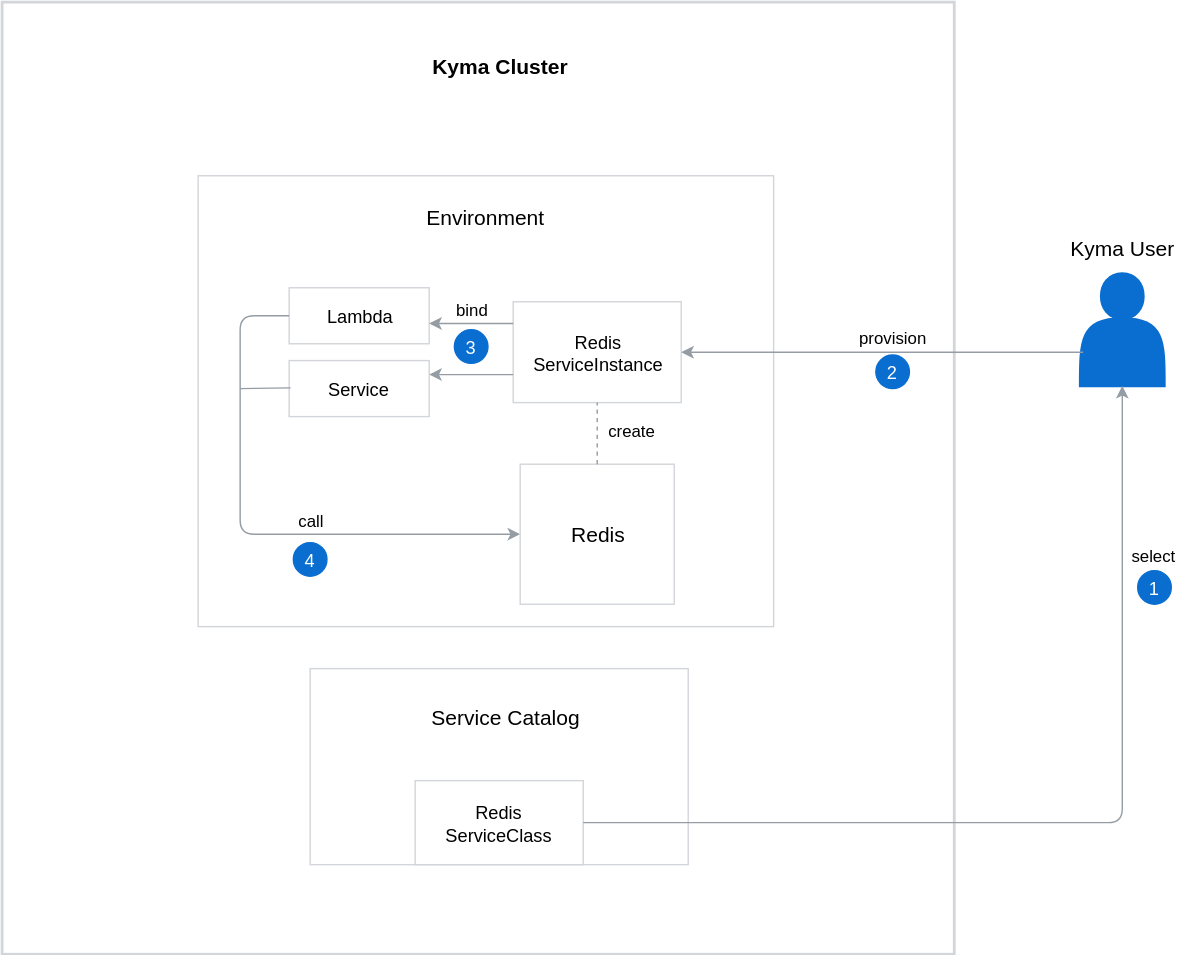
This is docs/helm-broker/assets/hb-architecture.svg from kyma-project/kyma, a draw.io export, as it was before one commit. Source tidied: cells renumbered, new cells last; positions are measured from the earlier drawing's top-left corner, leaving out a move shared by most shapes. The source it was exported from:
```xml
<mxGraphModel background="#ffffff">
  <root>
    <mxCell id="0" />
    <mxCell id="1" parent="0" />
    <mxCell id="2" style="whiteSpace=wrap;html=1;strokeColor=#D2D5D9;strokeWidth=2;fillColor=#ffffff;" parent="1" vertex="1">
      <mxGeometry width="680" height="680" as="geometry" />
    </mxCell>
    <mxCell id="3" value="&lt;font size=&quot;1&quot;&gt;&lt;span style=&quot;font-size: 15px&quot;&gt;&lt;b&gt;Kyma Cluster&lt;/b&gt;&lt;/span&gt;&lt;/font&gt;" style="text;html=1;strokeColor=none;fillColor=none;align=center;verticalAlign=middle;whiteSpace=wrap;rounded=0;" parent="1" vertex="1">
      <mxGeometry x="305" y="36" width="100" height="20" as="geometry" />
    </mxCell>
    <mxCell id="4" style="rounded=0;whiteSpace=wrap;html=1;strokeColor=#D2D5D9;strokeWidth=1;fillColor=#ffffff;" parent="1" vertex="1">
      <mxGeometry x="220" y="476" width="270" height="140" as="geometry" />
    </mxCell>
    <mxCell id="5" value="&lt;font style=&quot;font-size: 15px&quot;&gt;Service Catalog&lt;/font&gt;" style="text;html=1;strokeColor=none;fillColor=none;align=center;verticalAlign=middle;whiteSpace=wrap;rounded=0;" parent="1" vertex="1">
      <mxGeometry x="305" y="501" width="110" height="20" as="geometry" />
    </mxCell>
    <mxCell id="6" style="rounded=0;whiteSpace=wrap;html=1;strokeColor=#D2D5D9;strokeWidth=1;fillColor=#ffffff;" parent="1" vertex="1">
      <mxGeometry x="140" y="124" width="411" height="322" as="geometry" />
    </mxCell>
    <mxCell id="7" value="&lt;font style=&quot;font-size: 13px&quot;&gt;Lambda&lt;/font&gt;" style="rounded=0;whiteSpace=wrap;html=1;strokeColor=#D2D5D9;strokeWidth=1;fillColor=#ffffff;" parent="1" vertex="1">
      <mxGeometry x="205" y="204" width="100" height="40" as="geometry" />
    </mxCell>
    <mxCell id="8" value="&lt;font style=&quot;font-size: 13px&quot;&gt;Service&lt;/font&gt;" style="rounded=0;whiteSpace=wrap;html=1;strokeColor=#D2D5D9;strokeWidth=1;fillColor=#ffffff;" parent="1" vertex="1">
      <mxGeometry x="205" y="256" width="100" height="40" as="geometry" />
    </mxCell>
    <mxCell id="9" value="&lt;font style=&quot;font-size: 15px&quot;&gt;Environment&lt;/font&gt;" style="text;html=1;strokeColor=none;fillColor=none;align=center;verticalAlign=middle;whiteSpace=wrap;rounded=0;" parent="1" vertex="1">
      <mxGeometry x="325" y="144" width="40" height="20" as="geometry" />
    </mxCell>
    <mxCell id="10" value="&lt;font style=&quot;font-size: 13px&quot;&gt;Redis&lt;br&gt;ServiceClass&lt;/font&gt;" style="rounded=0;whiteSpace=wrap;html=1;strokeColor=#D2D5D9;strokeWidth=1;fillColor=#ffffff;" parent="1" vertex="1">
      <mxGeometry x="295" y="556" width="120" height="60" as="geometry" />
    </mxCell>
    <mxCell id="11" value="&lt;font style=&quot;font-size: 13px&quot;&gt;Redis&lt;br&gt;ServiceInstance&lt;/font&gt;" style="rounded=0;whiteSpace=wrap;html=1;strokeColor=#D2D5D9;strokeWidth=1;fillColor=#ffffff;" parent="1" vertex="1">
      <mxGeometry x="365" y="214" width="120" height="72" as="geometry" />
    </mxCell>
    <mxCell id="12" style="endArrow=classic;html=1;strokeColor=#959CA4;exitX=0;exitY=0.5;entryX=0;entryY=0.5;" parent="1" edge="1" source="7" target="28">
      <mxGeometry relative="1" as="geometry">
        <Array as="points">
          <mxPoint x="170" y="224" />
          <mxPoint x="170" y="380" />
        </Array>
      </mxGeometry>
    </mxCell>
    <mxCell id="13" style="shape=actor;whiteSpace=wrap;html=1;strokeColor=#0A6ED1;strokeWidth=2;fillColor=#0A6ED1;" parent="1" vertex="1">
      <mxGeometry x="770" y="194" width="60" height="80" as="geometry" />
    </mxCell>
    <mxCell id="14" style="endArrow=classic;html=1;strokeColor=#959CA4;entryX=1;entryY=0.5;" parent="1" edge="1" target="11">
      <mxGeometry relative="1" as="geometry">
        <mxPoint x="772" y="250" as="sourcePoint" />
      </mxGeometry>
    </mxCell>
    <mxCell id="15" value="&lt;font style=&quot;font-size: 15px&quot;&gt;Kyma User&lt;/font&gt;" style="text;html=1;strokeColor=none;fillColor=none;align=center;verticalAlign=middle;whiteSpace=wrap;rounded=0;" parent="1" vertex="1">
      <mxGeometry x="757.5" y="166" width="85" height="20" as="geometry" />
    </mxCell>
    <mxCell id="16" value="bind" style="text;html=1;strokeColor=none;fillColor=none;align=center;verticalAlign=middle;whiteSpace=wrap;rounded=0;" parent="1" vertex="1">
      <mxGeometry x="315" y="210" width="40" height="20" as="geometry" />
    </mxCell>
    <mxCell id="17" value="provision" style="text;html=1;strokeColor=none;fillColor=none;align=center;verticalAlign=middle;whiteSpace=wrap;rounded=0;" parent="1" vertex="1">
      <mxGeometry x="616" y="230" width="40" height="20" as="geometry" />
    </mxCell>
    <mxCell id="18" value="&lt;div style=&quot;text-align: center&quot;&gt;&lt;span style=&quot;color: rgb(255 , 255 , 255)&quot;&gt;&lt;font style=&quot;font-size: 13px&quot;&gt;1&lt;/font&gt;&lt;/span&gt;&lt;/div&gt;" style="ellipse;whiteSpace=wrap;html=1;strokeColor=#0A6ED1;strokeWidth=1;fillColor=#0A6ED1;" parent="1" vertex="1">
      <mxGeometry x="811" y="406" width="24" height="24" as="geometry" />
    </mxCell>
    <mxCell id="19" value="&lt;div style=&quot;text-align: center&quot;&gt;&lt;span style=&quot;color: rgb(255 , 255 , 255)&quot;&gt;&lt;font style=&quot;font-size: 13px&quot;&gt;2&lt;/font&gt;&lt;/span&gt;&lt;/div&gt;" style="ellipse;whiteSpace=wrap;html=1;strokeColor=#0A6ED1;strokeWidth=1;fillColor=#0A6ED1;" parent="1" vertex="1">
      <mxGeometry x="624" y="252" width="24" height="24" as="geometry" />
    </mxCell>
    <mxCell id="20" value="&lt;div style=&quot;text-align: center&quot;&gt;&lt;span style=&quot;color: rgb(255 , 255 , 255)&quot;&gt;&lt;font style=&quot;font-size: 13px&quot;&gt;3&lt;/font&gt;&lt;/span&gt;&lt;/div&gt;" style="ellipse;whiteSpace=wrap;html=1;strokeColor=#0A6ED1;strokeWidth=1;fillColor=#0A6ED1;direction=south;" parent="1" vertex="1">
      <mxGeometry x="323" y="234" width="24" height="24" as="geometry" />
    </mxCell>
    <mxCell id="21" value="&lt;div style=&quot;text-align: center&quot;&gt;&lt;span style=&quot;color: rgb(255 , 255 , 255)&quot;&gt;&lt;font style=&quot;font-size: 13px&quot;&gt;4&lt;/font&gt;&lt;/span&gt;&lt;/div&gt;" style="ellipse;whiteSpace=wrap;html=1;strokeColor=#0A6ED1;strokeWidth=1;fillColor=#0A6ED1;direction=south;" parent="1" vertex="1">
      <mxGeometry x="208" y="386" width="24" height="24" as="geometry" />
    </mxCell>
    <mxCell id="22" value="call" style="text;html=1;strokeColor=none;fillColor=none;align=center;verticalAlign=middle;whiteSpace=wrap;rounded=0;" parent="1" vertex="1">
      <mxGeometry x="200" y="360" width="40" height="20" as="geometry" />
    </mxCell>
    <mxCell id="23" value="select" style="text;html=1;align=left;verticalAlign=top;spacingTop=-4;" parent="1" vertex="1">
      <mxGeometry x="805" y="386" width="50" height="20" as="geometry" />
    </mxCell>
    <mxCell id="24" style="endArrow=classic;html=1;strokeColor=#959CA4;exitX=1;exitY=0.5;entryX=0.5;entryY=1;" parent="1" edge="1" source="10" target="13">
      <mxGeometry relative="1" as="geometry">
        <Array as="points">
          <mxPoint x="800" y="586" />
        </Array>
      </mxGeometry>
    </mxCell>
    <mxCell id="25" style="endArrow=classic;html=1;strokeColor=#959CA4;" parent="1" edge="1">
      <mxGeometry relative="1" as="geometry">
        <mxPoint x="365" y="229.5" as="sourcePoint" />
        <mxPoint x="305" y="229.5" as="targetPoint" />
      </mxGeometry>
    </mxCell>
    <mxCell id="26" style="endArrow=classic;html=1;strokeColor=#959CA4;entryX=1;entryY=0.25;" parent="1" edge="1" target="8">
      <mxGeometry relative="1" as="geometry">
        <mxPoint x="365" y="266" as="sourcePoint" />
      </mxGeometry>
    </mxCell>
    <mxCell id="27" style="endArrow=none;html=1;strokeColor=#959CA4;" parent="1" edge="1">
      <mxGeometry relative="1" as="geometry">
        <mxPoint x="170" y="276" as="sourcePoint" />
        <mxPoint x="206" y="275.5" as="targetPoint" />
      </mxGeometry>
    </mxCell>
    <mxCell id="28" value="&lt;font style=&quot;font-size: 15px&quot;&gt;Redis&lt;/font&gt;" style="rounded=0;whiteSpace=wrap;html=1;strokeColor=#D2D5D9;strokeWidth=1;fillColor=#ffffff;" parent="1" vertex="1">
      <mxGeometry x="370" y="330" width="110" height="100" as="geometry" />
    </mxCell>
    <mxCell id="29" style="endArrow=none;dashed=1;html=1;strokeColor=#959CA4;exitX=0.5;exitY=0;entryX=0.5;entryY=1;" parent="1" edge="1" source="28" target="11">
      <mxGeometry relative="1" as="geometry" />
    </mxCell>
    <mxCell id="30" value="create" style="text;html=1;strokeColor=none;fillColor=none;align=center;verticalAlign=middle;whiteSpace=wrap;rounded=0;" parent="1" vertex="1">
      <mxGeometry x="430" y="296" width="40" height="20" as="geometry" />
    </mxCell>
  </root>
</mxGraphModel>
```
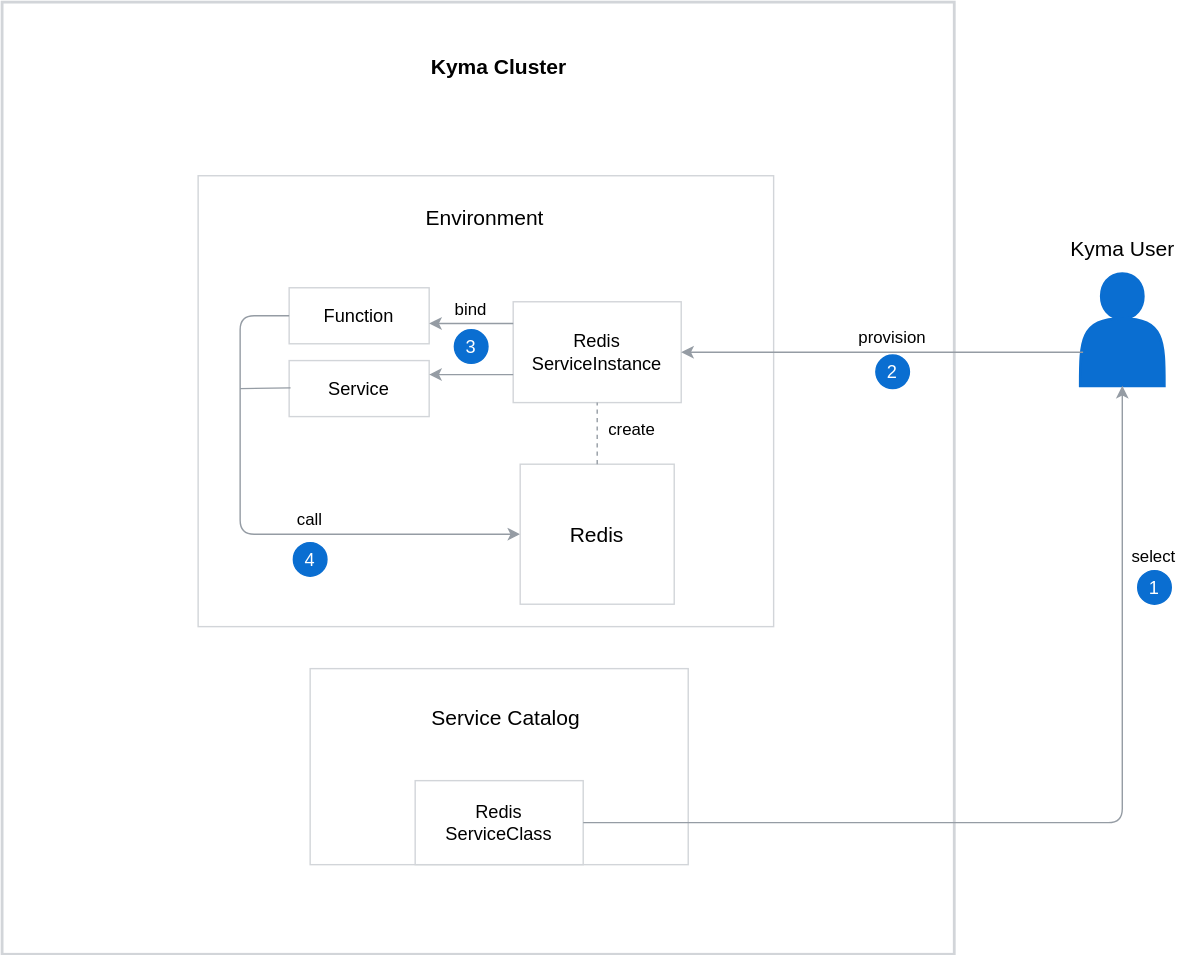
The same diagram one commit later.

Diff of the diagram source:
```diff
@@ -17,7 +17,7 @@
     <mxCell id="6" style="rounded=0;whiteSpace=wrap;html=1;strokeColor=#D2D5D9;strokeWidth=1;fillColor=#ffffff;" parent="1" vertex="1">
       <mxGeometry x="140" y="124" width="411" height="322" as="geometry" />
     </mxCell>
-    <mxCell id="7" value="&lt;font style=&quot;font-size: 13px&quot;&gt;Lambda&lt;/font&gt;" style="rounded=0;whiteSpace=wrap;html=1;strokeColor=#D2D5D9;strokeWidth=1;fillColor=#ffffff;" parent="1" vertex="1">
+    <mxCell id="7" value="&lt;font style=&quot;font-size: 13px&quot;&gt;Function&lt;/font&gt;" style="rounded=0;whiteSpace=wrap;html=1;strokeColor=#D2D5D9;strokeWidth=1;fillColor=#ffffff;" parent="1" vertex="1">
       <mxGeometry x="205" y="204" width="100" height="40" as="geometry" />
     </mxCell>
     <mxCell id="8" value="&lt;font style=&quot;font-size: 13px&quot;&gt;Service&lt;/font&gt;" style="rounded=0;whiteSpace=wrap;html=1;strokeColor=#D2D5D9;strokeWidth=1;fillColor=#ffffff;" parent="1" vertex="1">
```
